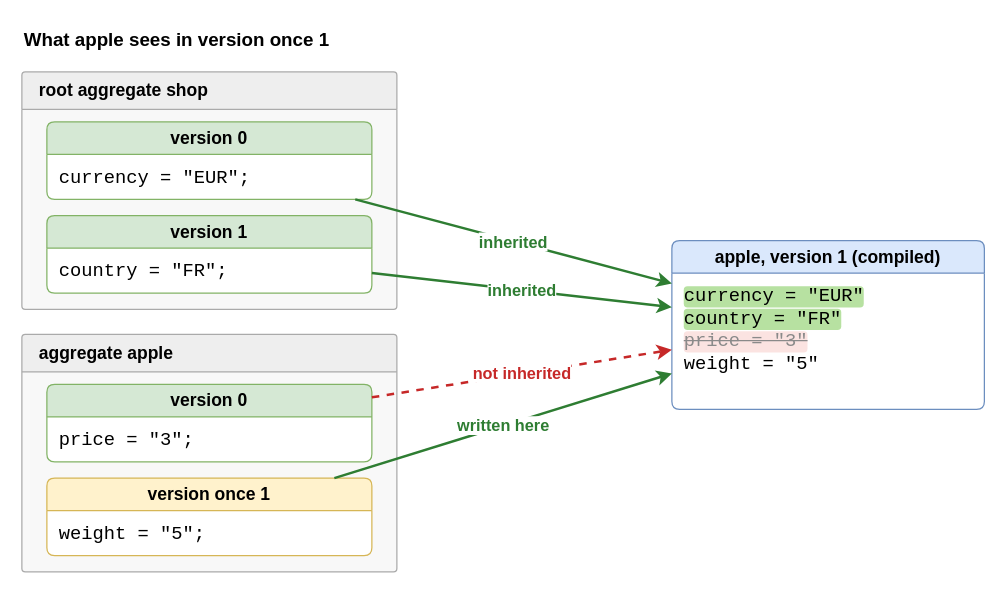
This is drawio/27_mode_once.drawio from goloveshin/galimatron_doc, a draw.io file, before an edit. Source tidied: cells renumbered, new cells numbered last; positions are measured from the earlier drawing's top-left corner, leaving out a move shared by most shapes. Both pictures are drawn from the tidied source at 125%, with x=0, y=0 at pixel (21, 21).
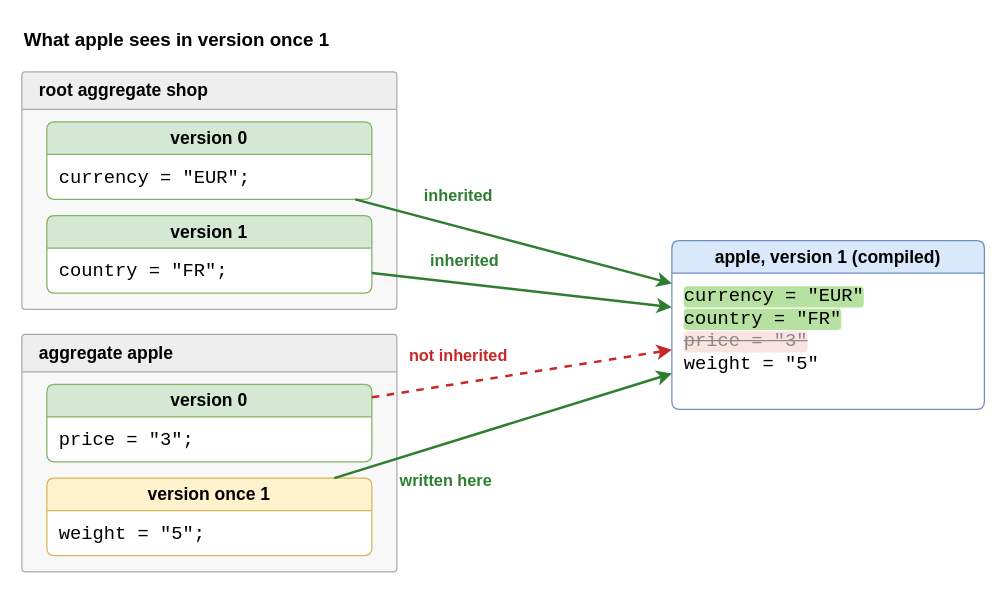
The same page after the edit.

Unchanged cells that the change refers to:
```xml
<mxCell id="5" value="version 0" style="swimlane;whiteSpace=wrap;html=1;rounded=1;arcSize=8;startSize=26;fillColor=#d5e8d4;strokeColor=#82b366;swimlaneFillColor=#ffffff;fontStyle=1;fontSize=14;align=center;" parent="1" vertex="1">
  <mxGeometry x="20" y="80" width="260" height="62" as="geometry" />
</mxCell>
<mxCell id="7" value="version 1" style="swimlane;whiteSpace=wrap;html=1;rounded=1;arcSize=8;startSize=26;fillColor=#d5e8d4;strokeColor=#82b366;swimlaneFillColor=#ffffff;fontStyle=1;fontSize=14;align=center;" parent="1" vertex="1">
  <mxGeometry x="20" y="155" width="260" height="62" as="geometry" />
</mxCell>
<mxCell id="9" value="version 0" style="swimlane;whiteSpace=wrap;html=1;rounded=1;arcSize=8;startSize=26;fillColor=#d5e8d4;strokeColor=#82b366;swimlaneFillColor=#ffffff;fontStyle=1;fontSize=14;align=center;" parent="1" vertex="1">
  <mxGeometry x="20" y="290" width="260" height="62" as="geometry" />
</mxCell>
<mxCell id="11" value="version once 1" style="swimlane;whiteSpace=wrap;html=1;rounded=1;arcSize=8;startSize=26;fillColor=#fff2cc;strokeColor=#d6b656;swimlaneFillColor=#ffffff;fontStyle=1;fontSize=14;align=center;" parent="1" vertex="1">
  <mxGeometry x="20" y="365" width="260" height="62" as="geometry" />
</mxCell>
<mxCell id="13" value="apple, version 1 (compiled)" style="swimlane;whiteSpace=wrap;html=1;rounded=1;arcSize=8;startSize=26;fillColor=#dae8fc;strokeColor=#6c8ebf;swimlaneFillColor=#ffffff;fontStyle=1;fontSize=14;align=center;" parent="1" vertex="1">
  <mxGeometry x="520" y="175" width="250" height="135" as="geometry" />
</mxCell>
```

The edit, as a diff of the source:
```diff
@@
-    <mxCell id="15" value="inherited" style="endArrow=classic;html=1;strokeWidth=2;strokeColor=#2e7d32;fontColor=#2e7d32;fontStyle=1;fontSize=13;labelBackgroundColor=#ffffff;edgeStyle=none;" parent="1" edge="1" source="5" target="13">
-      <mxGeometry relative="1" as="geometry" />
+    <mxCell id="15" value="inherited" style="endArrow=classic;html=1;strokeWidth=2;strokeColor=#2e7d32;fontColor=#2e7d32;fontStyle=1;fontSize=13;edgeStyle=none;" parent="1" edge="1" source="5" target="13">
+      <mxGeometry x="-0.4" relative="1" as="geometry">
+        <mxPoint x="6" y="-23" as="offset" />
+      </mxGeometry>
     </mxCell>
-    <mxCell id="16" value="inherited" style="endArrow=classic;html=1;strokeWidth=2;strokeColor=#2e7d32;fontColor=#2e7d32;fontStyle=1;fontSize=13;labelBackgroundColor=#ffffff;edgeStyle=none;" parent="1" edge="1" source="7" target="13">
-      <mxGeometry relative="1" as="geometry" />
+    <mxCell id="16" value="inherited" style="endArrow=classic;html=1;strokeWidth=2;strokeColor=#2e7d32;fontColor=#2e7d32;fontStyle=1;fontSize=13;edgeStyle=none;" parent="1" edge="1" source="7" target="13">
+      <mxGeometry x="-0.4" relative="1" as="geometry">
+        <mxPoint x="2" y="-18" as="offset" />
+      </mxGeometry>
     </mxCell>
-    <mxCell id="17" value="not inherited" style="endArrow=classic;html=1;strokeWidth=2;strokeColor=#c62828;fontColor=#c62828;fontStyle=1;fontSize=13;labelBackgroundColor=#ffffff;edgeStyle=none;dashed=1;" parent="1" edge="1" source="9" target="13">
-      <mxGeometry relative="1" as="geometry" />
+    <mxCell id="17" value="not inherited" style="endArrow=classic;html=1;strokeWidth=2;strokeColor=#c62828;fontColor=#c62828;fontStyle=1;fontSize=13;edgeStyle=none;dashed=1;" parent="1" edge="1" source="9" target="13">
+      <mxGeometry x="-0.4" relative="1" as="geometry">
+        <mxPoint x="-3" y="-22" as="offset" />
+      </mxGeometry>
     </mxCell>
-    <mxCell id="18" value="written here" style="endArrow=classic;html=1;strokeWidth=2;strokeColor=#2e7d32;fontColor=#2e7d32;fontStyle=1;fontSize=13;labelBackgroundColor=#ffffff;edgeStyle=none;" parent="1" edge="1" source="11" target="13">
-      <mxGeometry relative="1" as="geometry" />
+    <mxCell id="18" value="written here" style="endArrow=classic;html=1;strokeWidth=2;strokeColor=#2e7d32;fontColor=#2e7d32;fontStyle=1;fontSize=13;edgeStyle=none;" parent="1" edge="1" source="11" target="13">
+      <mxGeometry x="-0.4" relative="1" as="geometry">
+        <mxPoint x="8" y="27" as="offset" />
+      </mxGeometry>
     </mxCell>
```
